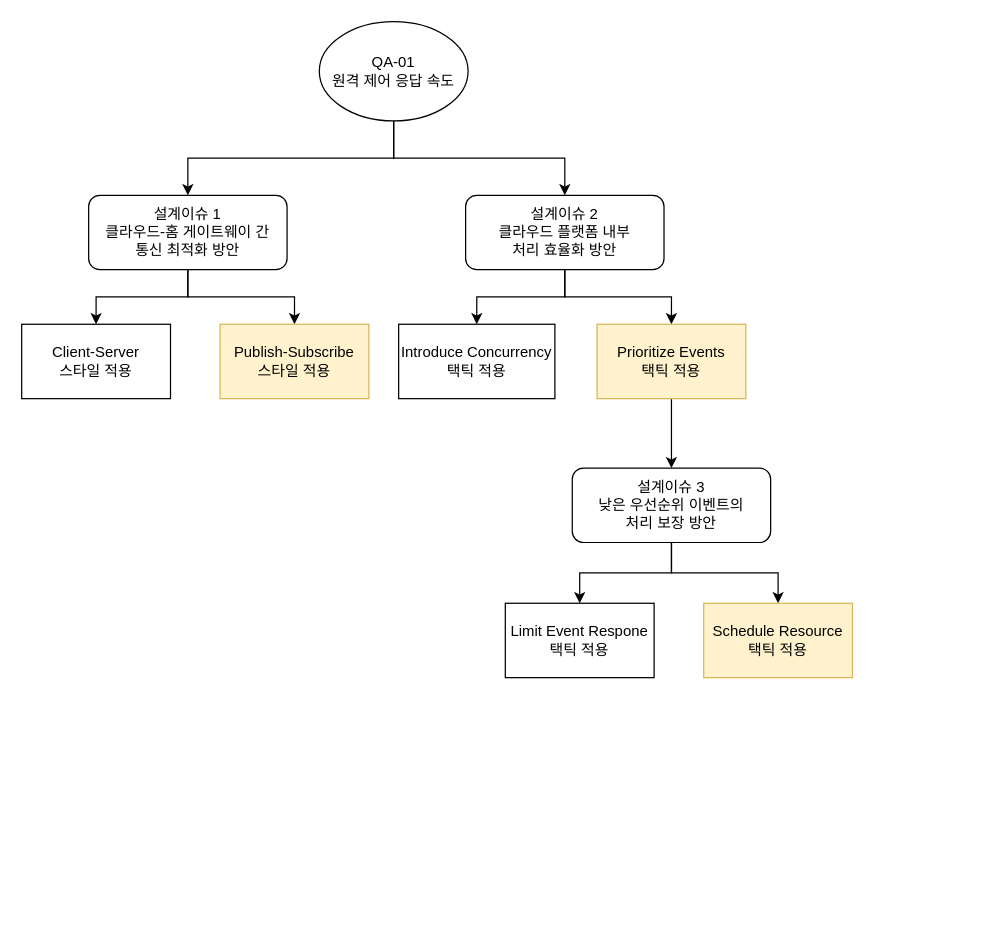
Before: page "DD-01" (1 of 4) of QualityDrivenArchitecturalDesign.drawio in GeniusHoon/AssociateArchitect, a draw.io diagram. Source tidied: cells renumbered, new cells numbered last; positions are measured from the earlier drawing's top-left corner, leaving out a move shared by most shapes. Both pictures are drawn from the tidied source at 124%, with x=0, y=0 at pixel (21, 21).
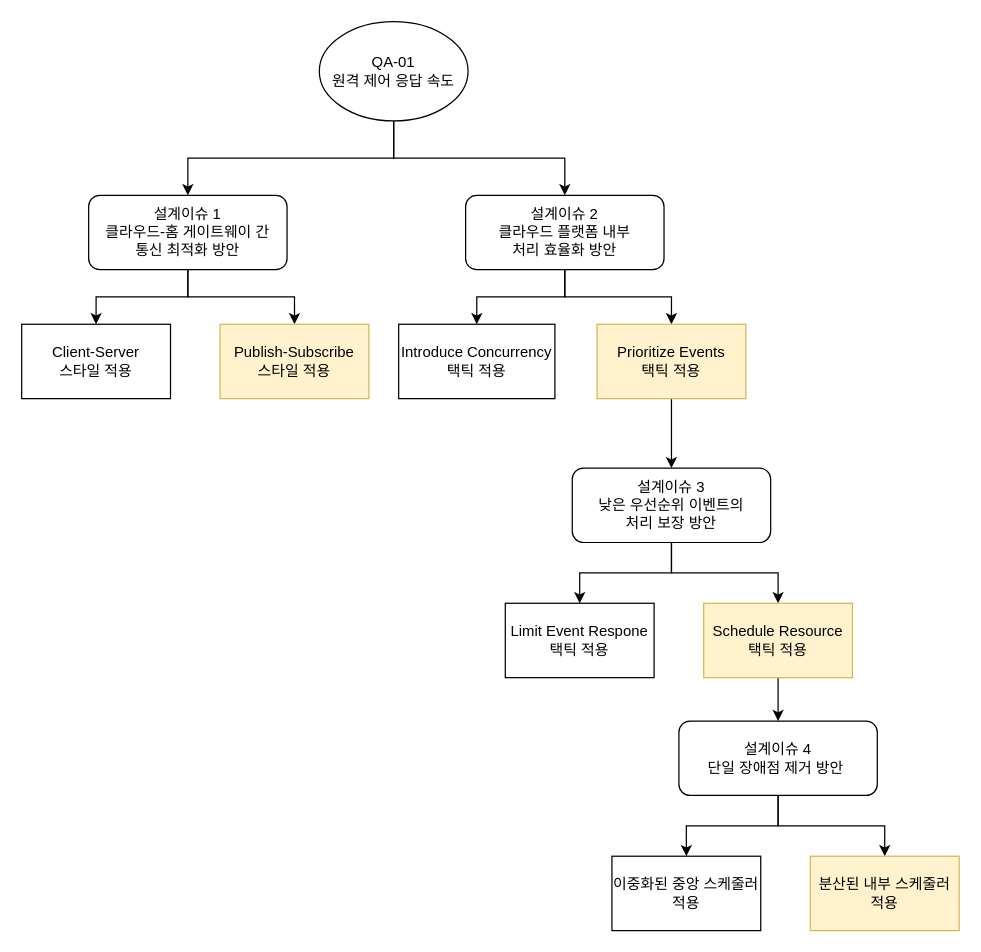
The same page after the edit.

The change refers to these unchanged cells:
```xml
<mxCell id="20" value="Schedule Resource&lt;div&gt;택틱 적용&lt;/div&gt;" style="rounded=0;whiteSpace=wrap;html=1;fillColor=#fff2cc;strokeColor=#d6b656;" parent="1" vertex="1">
  <mxGeometry x="550" y="469" width="120" height="60" as="geometry" />
</mxCell>
```

Diff of the diagram source:
```diff
@@
+    <mxCell id="21" style="edgeStyle=orthogonalEdgeStyle;rounded=0;jettySize=auto;html=1;exitX=0.5;exitY=1;exitDx=0;exitDy=0;entryX=0.5;entryY=0;entryDx=0;entryDy=0;" parent="1" edge="1" source="20" target="24">
+      <mxGeometry relative="1" as="geometry" />
+    </mxCell>
@@
+    <mxCell id="22" style="edgeStyle=orthogonalEdgeStyle;rounded=0;jettySize=auto;html=1;exitX=0.5;exitY=1;exitDx=0;exitDy=0;entryX=0.5;entryY=0;entryDx=0;entryDy=0;" parent="1" edge="1" source="24" target="25">
+      <mxGeometry relative="1" as="geometry" />
+    </mxCell>
+    <mxCell id="23" style="edgeStyle=orthogonalEdgeStyle;rounded=0;jettySize=auto;html=1;exitX=0.5;exitY=1;exitDx=0;exitDy=0;entryX=0.5;entryY=0;entryDx=0;entryDy=0;" parent="1" edge="1" source="24" target="26">
+      <mxGeometry relative="1" as="geometry" />
+    </mxCell>
+    <mxCell id="24" value="설계이슈 4&lt;div&gt;단일 장애점 제거 방안&amp;nbsp;&lt;/div&gt;" style="rounded=1;whiteSpace=wrap;html=1;" parent="1" vertex="1">
+      <mxGeometry x="530" y="564" width="160" height="60" as="geometry" />
+    </mxCell>
+    <mxCell id="25" value="이중화된 중앙 스케줄러&lt;div&gt;적용&lt;/div&gt;" style="rounded=0;whiteSpace=wrap;html=1;" parent="1" vertex="1">
+      <mxGeometry x="476" y="673" width="120" height="60" as="geometry" />
+    </mxCell>
+    <mxCell id="26" value="분산된 내부 스케줄러&lt;div&gt;적용&lt;/div&gt;" style="rounded=0;whiteSpace=wrap;html=1;fillColor=#fff2cc;strokeColor=#d6b656;" parent="1" vertex="1">
+      <mxGeometry x="636" y="673" width="120" height="60" as="geometry" />
+    </mxCell>
```
